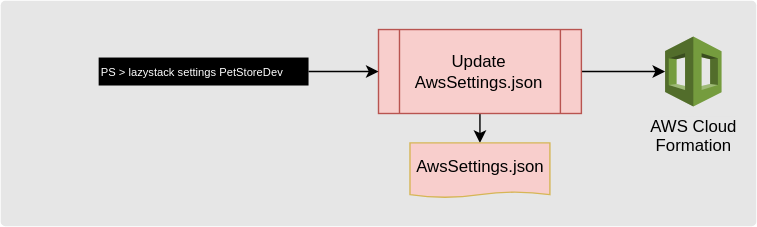
Above: src/assets/img/LazyStackAwsSettings.svg in InSciCo/InSciCo (draw.io), before the change. Source tidied: cells renumbered, new cells last; positions are measured from the earlier drawing's top-left corner, leaving out a move shared by most shapes. Source of this version:
```xml
<mxGraphModel>
  <root>
    <mxCell id="0" />
    <mxCell id="1" parent="0" />
    <mxCell id="2" style="rounded=1;whiteSpace=wrap;html=1;fillColor=#E6E6E6;gradientColor=none;arcSize=2;strokeColor=none;" parent="1" vertex="1">
      <mxGeometry width="540" height="161" as="geometry" />
    </mxCell>
    <mxCell id="3" style="edgeStyle=orthogonalEdgeStyle;rounded=0;jettySize=auto;html=1;exitX=1;exitY=0.5;exitDx=0;exitDy=0;entryX=0;entryY=0.5;entryDx=0;entryDy=0;entryPerimeter=0;labelBackgroundColor=none;strokeColor=#000000;strokeWidth=1;" parent="1" edge="1" source="5" target="7">
      <mxGeometry relative="1" as="geometry" />
    </mxCell>
    <mxCell id="4" style="edgeStyle=orthogonalEdgeStyle;rounded=0;jettySize=auto;html=1;exitX=0.5;exitY=1;exitDx=0;exitDy=0;entryX=0.5;entryY=0;entryDx=0;entryDy=0;labelBackgroundColor=none;strokeColor=#000000;strokeWidth=1;" parent="1" edge="1" source="5" target="8">
      <mxGeometry relative="1" as="geometry" />
    </mxCell>
    <mxCell id="5" value="Update AwsSettings.json" style="shape=process;whiteSpace=wrap;html=1;backgroundOutline=1;fillColor=#f8cecc;strokeColor=#b85450;" parent="1" vertex="1">
      <mxGeometry x="270" y="20.5" width="145" height="60" as="geometry" />
    </mxCell>
    <mxCell id="6" style="edgeStyle=orthogonalEdgeStyle;rounded=0;jettySize=auto;html=1;entryX=0;entryY=0.5;entryDx=0;entryDy=0;exitX=1;exitY=0.5;exitDx=0;exitDy=0;" parent="1" edge="1" source="9" target="5">
      <mxGeometry relative="1" as="geometry" />
    </mxCell>
    <mxCell id="7" value="&lt;span style=&quot;background-color: rgb(230 , 230 , 230)&quot;&gt;AWS Cloud &lt;br&gt;Formation&lt;/span&gt;" style="outlineConnect=0;dashed=0;verticalLabelPosition=bottom;verticalAlign=top;align=center;html=1;shape=mxgraph.aws3.cloudformation;fillColor=#759C3E;gradientColor=none;" parent="1" vertex="1">
      <mxGeometry x="474.8" y="25.5" width="40.4" height="50.1" as="geometry" />
    </mxCell>
    <mxCell id="8" value="AwsSettings.json" style="shape=document;whiteSpace=wrap;html=1;boundedLbl=1;strokeColor=#d6b656;size=0.10256410256410256;labelBackgroundColor=none;fillColor=#F8CECC;" parent="1" vertex="1">
      <mxGeometry x="292.5" y="101.5" width="100" height="39" as="geometry" />
    </mxCell>
    <mxCell id="9" value="PS &amp;gt; lazystack settings PetStoreDev" style="text;html=1;strokeColor=none;align=left;verticalAlign=middle;whiteSpace=wrap;rounded=0;labelBackgroundColor=none;fontSize=8;fillColor=#000000;fontColor=#FFFFFF;" parent="1" vertex="1">
      <mxGeometry x="70" y="40.5" width="150" height="20" as="geometry" />
    </mxCell>
  </root>
</mxGraphModel>
```
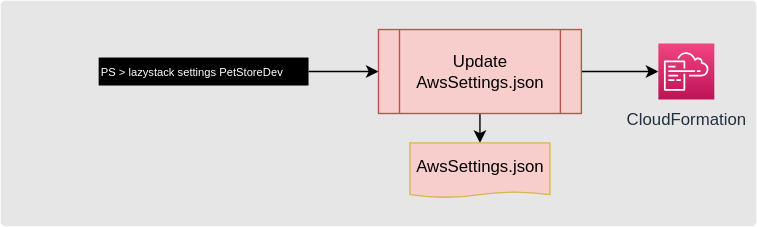
After the commit.

Diff of the diagram source:
```diff
@@ -5,7 +5,7 @@
     <mxCell id="2" style="rounded=1;whiteSpace=wrap;html=1;fillColor=#E6E6E6;gradientColor=none;arcSize=2;strokeColor=none;" parent="1" vertex="1">
       <mxGeometry width="540" height="161" as="geometry" />
     </mxCell>
-    <mxCell id="3" style="edgeStyle=orthogonalEdgeStyle;rounded=0;jettySize=auto;html=1;exitX=1;exitY=0.5;exitDx=0;exitDy=0;entryX=0;entryY=0.5;entryDx=0;entryDy=0;entryPerimeter=0;labelBackgroundColor=none;strokeColor=#000000;strokeWidth=1;" parent="1" edge="1" source="5" target="7">
+    <mxCell id="3" style="edgeStyle=orthogonalEdgeStyle;rounded=0;jettySize=auto;html=1;exitX=1;exitY=0.5;exitDx=0;exitDy=0;entryX=0;entryY=0.5;entryDx=0;entryDy=0;entryPerimeter=0;labelBackgroundColor=none;strokeColor=#000000;strokeWidth=1;" parent="1" edge="1" source="5" target="10">
       <mxGeometry relative="1" as="geometry" />
     </mxCell>
     <mxCell id="4" style="edgeStyle=orthogonalEdgeStyle;rounded=0;jettySize=auto;html=1;exitX=0.5;exitY=1;exitDx=0;exitDy=0;entryX=0.5;entryY=0;entryDx=0;entryDy=0;labelBackgroundColor=none;strokeColor=#000000;strokeWidth=1;" parent="1" edge="1" source="5" target="8">
@@ -17,14 +17,14 @@
     <mxCell id="6" style="edgeStyle=orthogonalEdgeStyle;rounded=0;jettySize=auto;html=1;entryX=0;entryY=0.5;entryDx=0;entryDy=0;exitX=1;exitY=0.5;exitDx=0;exitDy=0;" parent="1" edge="1" source="9" target="5">
       <mxGeometry relative="1" as="geometry" />
     </mxCell>
-    <mxCell id="7" value="&lt;span style=&quot;background-color: rgb(230 , 230 , 230)&quot;&gt;AWS Cloud &lt;br&gt;Formation&lt;/span&gt;" style="outlineConnect=0;dashed=0;verticalLabelPosition=bottom;verticalAlign=top;align=center;html=1;shape=mxgraph.aws3.cloudformation;fillColor=#759C3E;gradientColor=none;" parent="1" vertex="1">
-      <mxGeometry x="474.8" y="25.5" width="40.4" height="50.1" as="geometry" />
-    </mxCell>
     <mxCell id="8" value="AwsSettings.json" style="shape=document;whiteSpace=wrap;html=1;boundedLbl=1;strokeColor=#d6b656;size=0.10256410256410256;labelBackgroundColor=none;fillColor=#F8CECC;" parent="1" vertex="1">
       <mxGeometry x="292.5" y="101.5" width="100" height="39" as="geometry" />
     </mxCell>
     <mxCell id="9" value="PS &amp;gt; lazystack settings PetStoreDev" style="text;html=1;strokeColor=none;align=left;verticalAlign=middle;whiteSpace=wrap;rounded=0;labelBackgroundColor=none;fontSize=8;fillColor=#000000;fontColor=#FFFFFF;" parent="1" vertex="1">
       <mxGeometry x="70" y="40.5" width="150" height="20" as="geometry" />
     </mxCell>
+    <mxCell id="10" value="CloudFormation" style="points=[[0,0,0],[0.25,0,0],[0.5,0,0],[0.75,0,0],[1,0,0],[0,1,0],[0.25,1,0],[0.5,1,0],[0.75,1,0],[1,1,0],[0,0.25,0],[0,0.5,0],[0,0.75,0],[1,0.25,0],[1,0.5,0],[1,0.75,0]];points=[[0,0,0],[0.25,0,0],[0.5,0,0],[0.75,0,0],[1,0,0],[0,1,0],[0.25,1,0],[0.5,1,0],[0.75,1,0],[1,1,0],[0,0.25,0],[0,0.5,0],[0,0.75,0],[1,0.25,0],[1,0.5,0],[1,0.75,0]];outlineConnect=0;fontColor=#232F3E;gradientColor=#F34482;gradientDirection=north;fillColor=#BC1356;strokeColor=#ffffff;dashed=0;verticalLabelPosition=bottom;verticalAlign=top;align=center;html=1;fontSize=12;fontStyle=0;shape=mxgraph.aws4.resourceIcon;resIcon=mxgraph.aws4.cloudformation;" parent="1" vertex="1">
+      <mxGeometry x="470" y="30.5" width="40" height="40" as="geometry" />
+    </mxCell>
   </root>
 </mxGraphModel>
```
